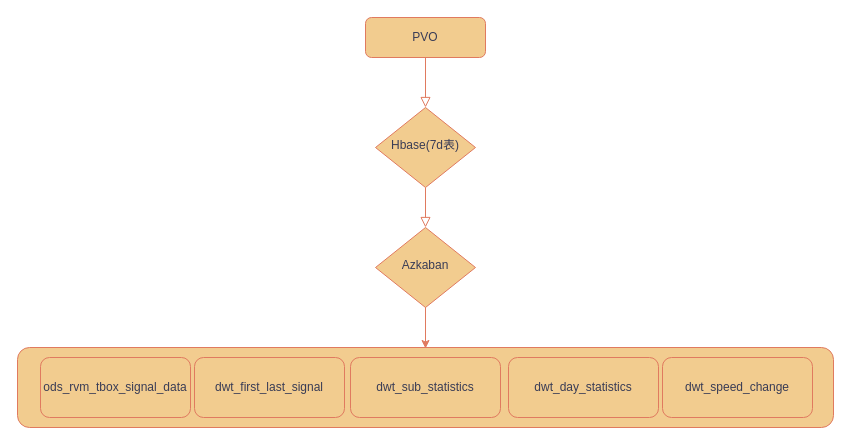
Before: 未命名绘图.drawio in zhangdeshuai409930360/diagrams, a draw.io diagram. Source tidied: cells renumbered, new cells numbered last; positions are measured from the earlier drawing's top-left corner, leaving out a move shared by most shapes. Both pictures are drawn from the tidied source at 100%, with x=0, y=0 at pixel (17, 17).
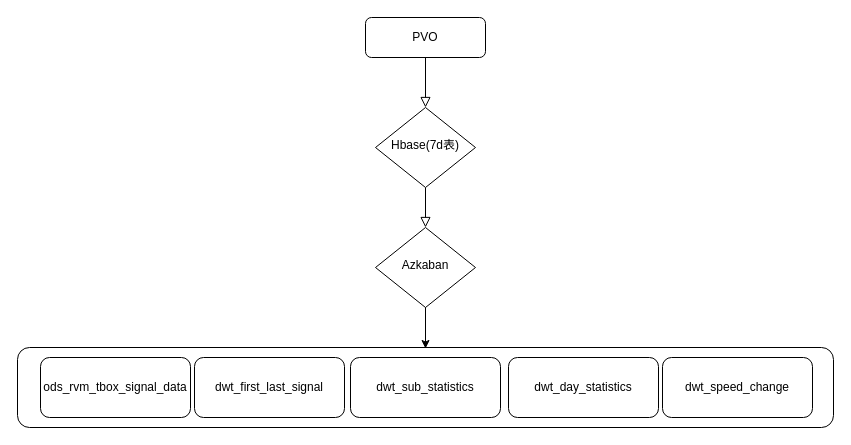
After the change.

The edit, as a diff of the source:
```diff
@@
 <mxGraphModel>
   <root>
     <mxCell id="0" />
     <mxCell id="1" parent="0" />
-    <mxCell id="2" style="rounded=1;whiteSpace=wrap;html=1;labelBackgroundColor=none;fillColor=#F2CC8F;strokeColor=#E07A5F;fontColor=#393C56;" parent="1" vertex="1">
+    <mxCell id="2" style="rounded=1;whiteSpace=wrap;html=1;labelBackgroundColor=none;" parent="1" vertex="1">
       <mxGeometry y="330" width="816" height="80" as="geometry" />
     </mxCell>
-    <mxCell id="3" style="rounded=0;html=1;jettySize=auto;fontSize=11;endArrow=block;endFill=0;endSize=8;strokeWidth=1;shadow=0;labelBackgroundColor=none;edgeStyle=orthogonalEdgeStyle;strokeColor=#E07A5F;fontColor=default;" parent="1" edge="1" source="4" target="6">
+    <mxCell id="3" style="rounded=0;html=1;jettySize=auto;fontSize=11;endArrow=block;endFill=0;endSize=8;strokeWidth=1;shadow=0;labelBackgroundColor=none;edgeStyle=orthogonalEdgeStyle;fontColor=default;" parent="1" edge="1" source="4" target="6">
       <mxGeometry relative="1" as="geometry" />
     </mxCell>
-    <mxCell id="4" value="PVO" style="rounded=1;whiteSpace=wrap;html=1;fontSize=12;glass=0;strokeWidth=1;shadow=0;labelBackgroundColor=none;fillColor=#F2CC8F;strokeColor=#E07A5F;fontColor=#393C56;" parent="1" vertex="1">
+    <mxCell id="4" value="PVO" style="rounded=1;whiteSpace=wrap;html=1;fontSize=12;glass=0;strokeWidth=1;shadow=0;labelBackgroundColor=none;" parent="1" vertex="1">
       <mxGeometry x="348" width="120" height="40" as="geometry" />
     </mxCell>
-    <mxCell id="5" style="rounded=0;html=1;jettySize=auto;fontSize=11;endArrow=block;endFill=0;endSize=8;strokeWidth=1;shadow=0;labelBackgroundColor=none;edgeStyle=orthogonalEdgeStyle;strokeColor=#E07A5F;fontColor=default;" parent="1" edge="1" source="6" target="8">
+    <mxCell id="5" style="rounded=0;html=1;jettySize=auto;fontSize=11;endArrow=block;endFill=0;endSize=8;strokeWidth=1;shadow=0;labelBackgroundColor=none;edgeStyle=orthogonalEdgeStyle;fontColor=default;" parent="1" edge="1" source="6" target="8">
       <mxGeometry y="30" relative="1" as="geometry" />
     </mxCell>
-    <mxCell id="6" value="Hbase(7d表)" style="rhombus;whiteSpace=wrap;html=1;shadow=0;fontFamily=Helvetica;fontSize=12;align=center;strokeWidth=1;spacing=6;spacingTop=-4;labelBackgroundColor=none;fillColor=#F2CC8F;strokeColor=#E07A5F;fontColor=#393C56;" parent="1" vertex="1">
+    <mxCell id="6" value="Hbase(7d表)" style="rhombus;whiteSpace=wrap;html=1;shadow=0;fontFamily=Helvetica;fontSize=12;align=center;strokeWidth=1;spacing=6;spacingTop=-4;labelBackgroundColor=none;" parent="1" vertex="1">
       <mxGeometry x="358" y="90" width="100" height="80" as="geometry" />
     </mxCell>
-    <mxCell id="7" style="edgeStyle=orthogonalEdgeStyle;rounded=0;orthogonalLoop=1;jettySize=auto;html=1;strokeColor=#E07A5F;fontColor=default;fillColor=#F2CC8F;labelBackgroundColor=none;" parent="1" edge="1">
+    <mxCell id="7" style="edgeStyle=orthogonalEdgeStyle;rounded=0;orthogonalLoop=1;jettySize=auto;html=1;fontColor=default;labelBackgroundColor=none;" parent="1" edge="1">
       <mxGeometry relative="1" as="geometry">
         <mxPoint x="408" y="281" as="sourcePoint" />
         <mxPoint x="408" y="331" as="targetPoint" />
       </mxGeometry>
     </mxCell>
-    <mxCell id="8" value="Azkaban" style="rhombus;whiteSpace=wrap;html=1;shadow=0;fontFamily=Helvetica;fontSize=12;align=center;strokeWidth=1;spacing=6;spacingTop=-4;labelBackgroundColor=none;fillColor=#F2CC8F;strokeColor=#E07A5F;fontColor=#393C56;" parent="1" vertex="1">
+    <mxCell id="8" value="Azkaban" style="rhombus;whiteSpace=wrap;html=1;shadow=0;fontFamily=Helvetica;fontSize=12;align=center;strokeWidth=1;spacing=6;spacingTop=-4;labelBackgroundColor=none;" parent="1" vertex="1">
       <mxGeometry x="358" y="210" width="100" height="80" as="geometry" />
     </mxCell>
-    <mxCell id="9" value="ods_rvm_tbox_signal_data" style="rounded=1;whiteSpace=wrap;html=1;strokeColor=#E07A5F;fontColor=#393C56;fillColor=#F2CC8F;labelBackgroundColor=none;" parent="1" vertex="1">
+    <mxCell id="9" value="ods_rvm_tbox_signal_data" style="rounded=1;whiteSpace=wrap;html=1;labelBackgroundColor=none;" parent="1" vertex="1">
       <mxGeometry x="23" y="340" width="150" height="60" as="geometry" />
     </mxCell>
-    <mxCell id="10" value="dwt_first_last_signal" style="rounded=1;whiteSpace=wrap;html=1;strokeColor=#E07A5F;fontColor=#393C56;fillColor=#F2CC8F;labelBackgroundColor=none;" parent="1" vertex="1">
+    <mxCell id="10" value="dwt_first_last_signal" style="rounded=1;whiteSpace=wrap;html=1;labelBackgroundColor=none;" parent="1" vertex="1">
       <mxGeometry x="177" y="340" width="150" height="60" as="geometry" />
     </mxCell>
-    <mxCell id="11" value="dwt_sub_statistics" style="rounded=1;whiteSpace=wrap;html=1;strokeColor=#E07A5F;fontColor=#393C56;fillColor=#F2CC8F;labelBackgroundColor=none;" parent="1" vertex="1">
+    <mxCell id="11" value="dwt_sub_statistics" style="rounded=1;whiteSpace=wrap;html=1;labelBackgroundColor=none;" parent="1" vertex="1">
       <mxGeometry x="333" y="340" width="150" height="60" as="geometry" />
     </mxCell>
-    <mxCell id="12" value="dwt_day_statistics" style="rounded=1;whiteSpace=wrap;html=1;strokeColor=#E07A5F;fontColor=#393C56;fillColor=#F2CC8F;labelBackgroundColor=none;" parent="1" vertex="1">
+    <mxCell id="12" value="dwt_day_statistics" style="rounded=1;whiteSpace=wrap;html=1;labelBackgroundColor=none;" parent="1" vertex="1">
       <mxGeometry x="491" y="340" width="150" height="60" as="geometry" />
     </mxCell>
-    <mxCell id="13" value="dwt_speed_change" style="rounded=1;whiteSpace=wrap;html=1;strokeColor=#E07A5F;fontColor=#393C56;fillColor=#F2CC8F;labelBackgroundColor=none;" parent="1" vertex="1">
+    <mxCell id="13" value="dwt_speed_change" style="rounded=1;whiteSpace=wrap;html=1;labelBackgroundColor=none;" parent="1" vertex="1">
       <mxGeometry x="645" y="340" width="150" height="60" as="geometry" />
     </mxCell>
   </root>
 </mxGraphModel>
```
